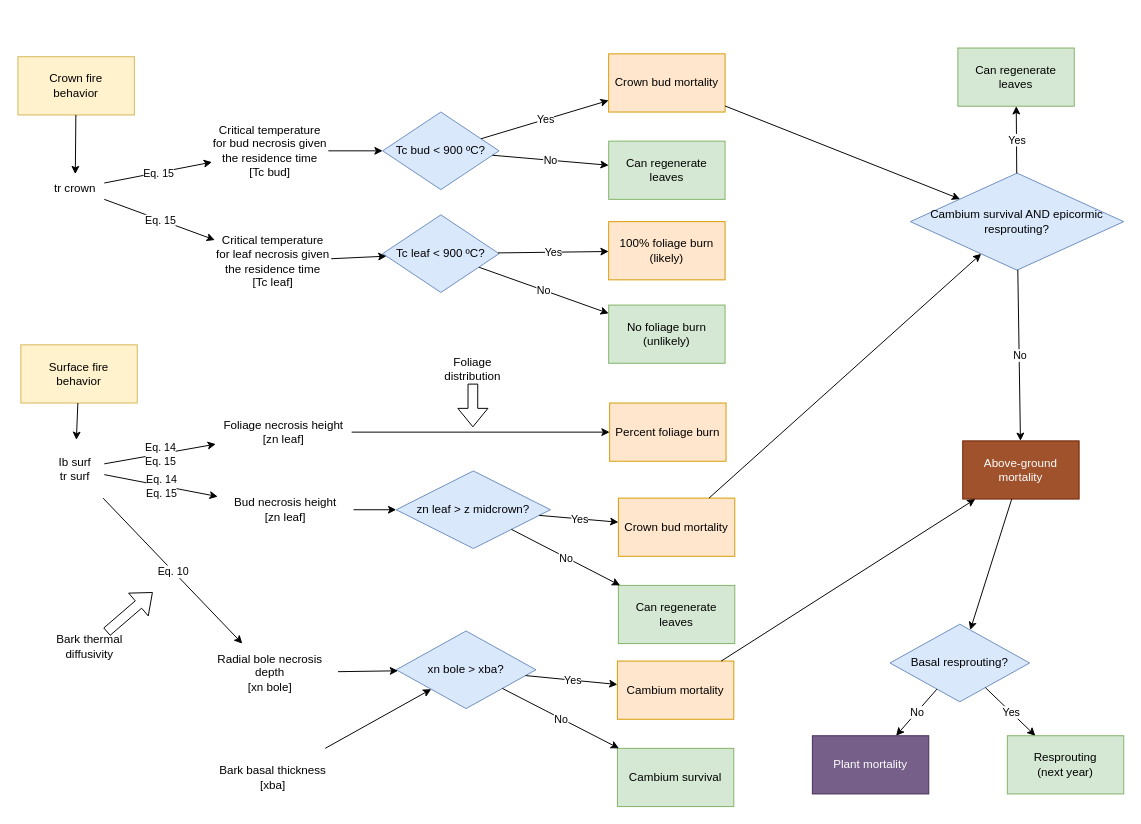
Earlier version of the draw.io diagram FireSeverity.drawio (emf-creaf/medfatebook). Source tidied: cells renumbered, new cells numbered last; positions are measured from the earlier drawing's top-left corner, leaving out a move shared by most shapes. Both pictures are drawn from the tidied source at 97%, with x=0, y=0 at pixel (17, 48).
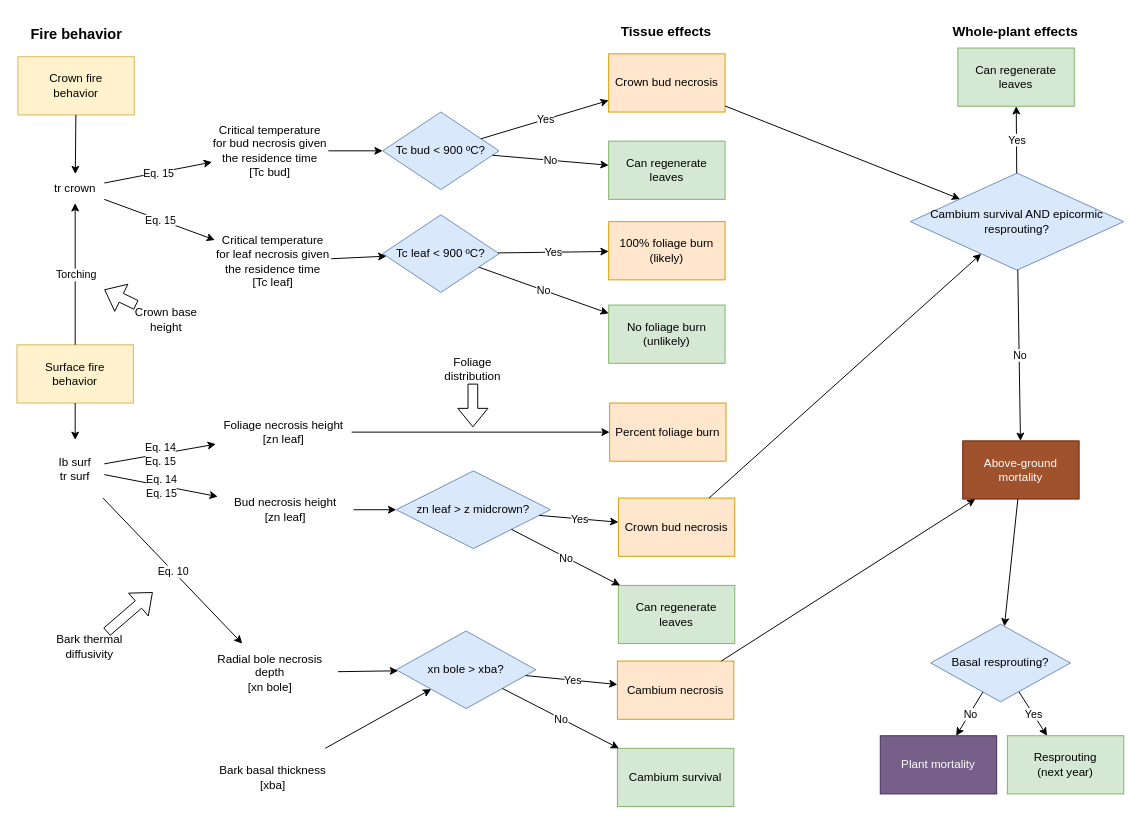
Above is the later version.

The change refers to these unchanged cells:
```xml
<mxCell id="3" value="tr crown" style="text;html=1;strokeColor=none;fillColor=none;align=center;verticalAlign=middle;whiteSpace=wrap;rounded=0;" parent="1" vertex="1">
  <mxGeometry x="29" y="130" width="60" height="30" as="geometry" />
</mxCell>
```

The edit, as a diff of the source:
```diff
@@
-    <mxCell id="9" value="Crown bud mortality" style="rounded=0;whiteSpace=wrap;html=1;fillColor=#ffe6cc;strokeColor=#d79b00;" parent="1" vertex="1">
+    <mxCell id="9" value="Crown bud necrosis" style="rounded=0;whiteSpace=wrap;html=1;fillColor=#ffe6cc;strokeColor=#d79b00;" parent="1" vertex="1">
       <mxGeometry x="609" y="6" width="120" height="60" as="geometry" />
     </mxCell>
@@
     <mxCell id="26" value="&lt;div&gt;Surface fire &lt;br&gt;&lt;/div&gt;&lt;div&gt;behavior&lt;/div&gt;" style="rounded=0;whiteSpace=wrap;html=1;fillColor=#fff2cc;strokeColor=#d6b656;" parent="1" vertex="1">
-      <mxGeometry x="3" y="306" width="120" height="60" as="geometry" />
+      <mxGeometry x="-1" y="306" width="120" height="60" as="geometry" />
     </mxCell>
@@
-    <mxCell id="34" value="Crown bud mortality" style="rounded=0;whiteSpace=wrap;html=1;fillColor=#ffe6cc;strokeColor=#d79b00;" parent="1" vertex="1">
+    <mxCell id="34" value="Crown bud necrosis" style="rounded=0;whiteSpace=wrap;html=1;fillColor=#ffe6cc;strokeColor=#d79b00;" parent="1" vertex="1">
       <mxGeometry x="619" y="464" width="120" height="60" as="geometry" />
     </mxCell>
@@
-    <mxCell id="51" value="Cambium mortality" style="rounded=0;whiteSpace=wrap;html=1;fillColor=#ffe6cc;strokeColor=#d79b00;" parent="1" vertex="1">
+    <mxCell id="51" value="Cambium necrosis" style="rounded=0;whiteSpace=wrap;html=1;fillColor=#ffe6cc;strokeColor=#d79b00;" parent="1" vertex="1">
       <mxGeometry x="618" y="632" width="120" height="60" as="geometry" />
     </mxCell>
@@
     <mxCell id="72" value="Basal resprouting?" style="rhombus;whiteSpace=wrap;html=1;fillColor=#dae8fc;strokeColor=#6c8ebf;" parent="1" vertex="1">
-      <mxGeometry x="899" y="594" width="144" height="80" as="geometry" />
+      <mxGeometry x="941" y="594" width="144" height="80" as="geometry" />
     </mxCell>
@@
     <mxCell id="74" value="Plant mortality" style="rounded=0;whiteSpace=wrap;html=1;fillColor=#76608a;strokeColor=#432D57;fontColor=#ffffff;" parent="1" vertex="1">
-      <mxGeometry x="819" y="709" width="120" height="60" as="geometry" />
+      <mxGeometry x="889" y="709" width="120" height="60" as="geometry" />
     </mxCell>
@@
+    <mxCell id="81" style="endArrow=classic;html=1;rounded=0;" parent="1" edge="1" source="26" target="3">
+      <mxGeometry relative="1" as="geometry" />
+    </mxCell>
+    <mxCell id="82" value="Torching" style="edgeLabel;html=1;align=center;verticalAlign=middle;" parent="81" vertex="1">
+      <mxGeometry relative="1" as="geometry" />
+    </mxCell>
+    <mxCell id="83" value="Crown base height" style="text;html=1;strokeColor=none;fillColor=none;align=center;verticalAlign=middle;whiteSpace=wrap;rounded=0;" parent="1" vertex="1">
+      <mxGeometry x="113" y="265" width="80" height="30" as="geometry" />
+    </mxCell>
+    <mxCell id="84" style="shape=flexArrow;endArrow=classic;html=1;rounded=0;" parent="1" edge="1" source="83">
+      <mxGeometry relative="1" as="geometry">
+        <mxPoint x="89" y="249" as="targetPoint" />
+      </mxGeometry>
+    </mxCell>
+    <mxCell id="85" value="&lt;b&gt;&lt;font style=&quot;font-size: 15px;&quot;&gt;Fire behavior&lt;/font&gt;&lt;/b&gt;" style="text;html=1;align=center;verticalAlign=middle;strokeColor=none;fillColor=none;" parent="1" vertex="1">
+      <mxGeometry y="-30" width="120" height="30" as="geometry" />
+    </mxCell>
+    <mxCell id="86" value="&lt;font style=&quot;font-size: 14px;&quot;&gt;&lt;b&gt;Tissue effects&lt;br&gt;&lt;/b&gt;&lt;/font&gt;" style="text;html=1;align=center;verticalAlign=middle;strokeColor=none;fillColor=none;" parent="1" vertex="1">
+      <mxGeometry x="608" y="-32" width="120" height="30" as="geometry" />
+    </mxCell>
+    <mxCell id="87" value="&lt;font style=&quot;font-size: 14px;&quot;&gt;&lt;b&gt;Whole-plant effects&lt;br&gt;&lt;/b&gt;&lt;/font&gt;" style="text;html=1;align=center;verticalAlign=middle;strokeColor=none;fillColor=none;" parent="1" vertex="1">
+      <mxGeometry x="953" y="-32" width="150" height="30" as="geometry" />
+    </mxCell>
```
